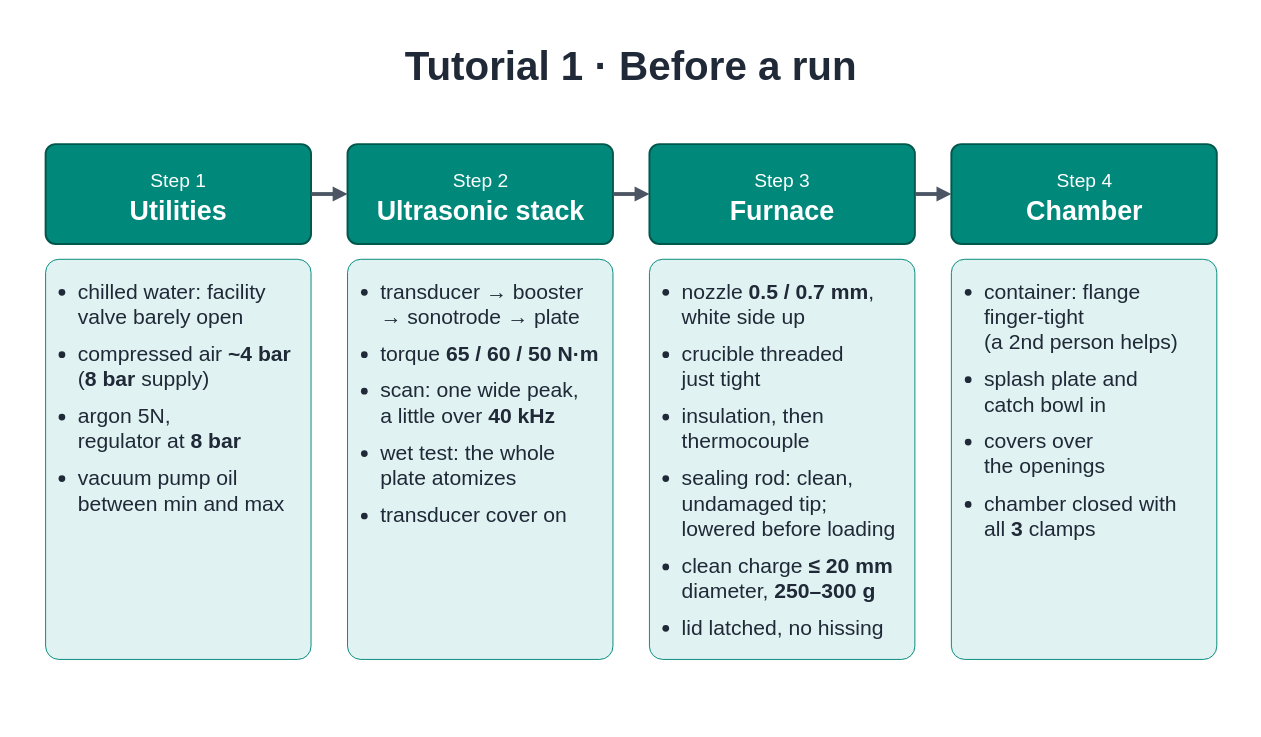
Before: atomizer-training/tutorials/diagrams/01-before.drawio in vertical-cloud-lab/byu-vcl, a draw.io diagram. Source tidied: cells renumbered, new cells numbered last; positions are measured from the earlier drawing's top-left corner, leaving out a move shared by most shapes. Both pictures are drawn from the tidied source at 96%, with x=0, y=0 at pixel (16, 16).
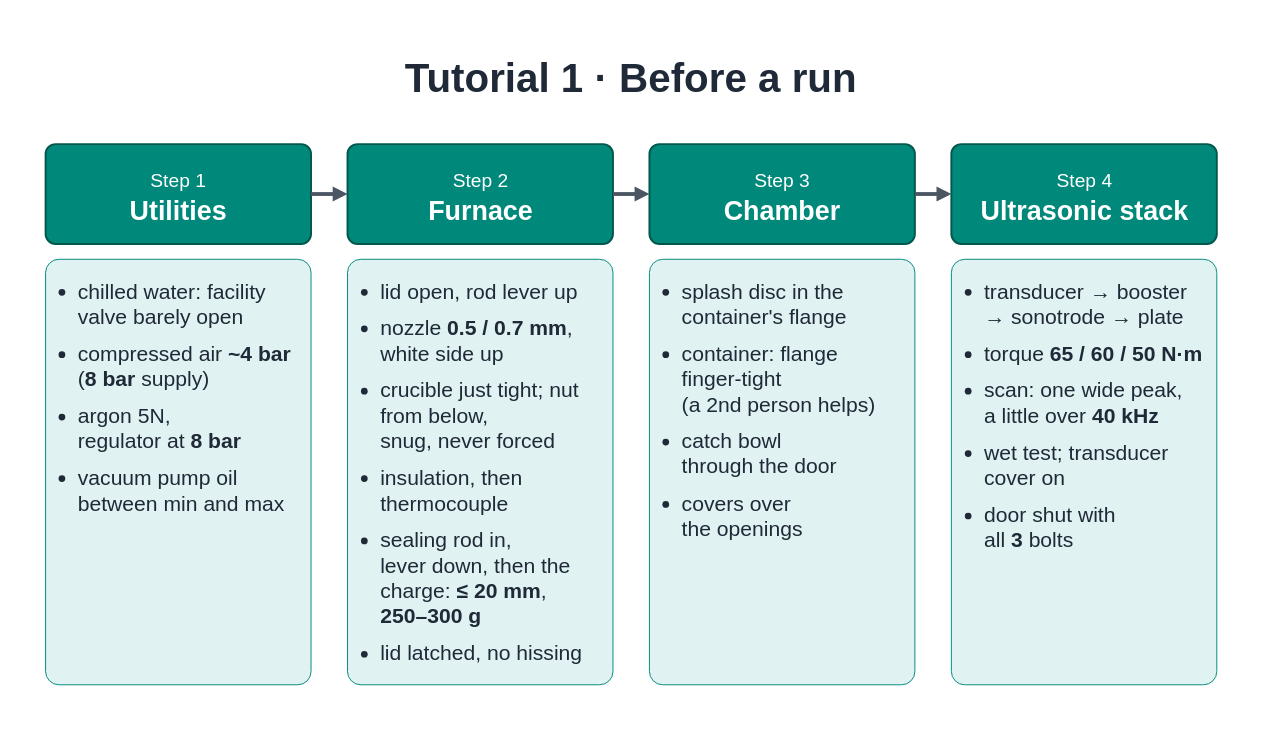
After the change.

What changed in the source:
```diff
@@
 <mxGraphModel background="#FFFFFF">
   <root>
     <mxCell id="0" />
     <mxCell id="1" parent="0" />
     <mxCell id="2" style="rounded=0;html=1;fillColor=#FFFFFF;strokeColor=none;" parent="1" vertex="1">
-      <mxGeometry width="1280" height="720" as="geometry" />
+      <mxGeometry y="13.2" width="1280" height="720" as="geometry" />
     </mxCell>
     <mxCell id="3" parent="0" />
     <mxCell id="4" value="Tutorial 1 · Before a run" style="text;html=1;whiteSpace=wrap;align=center;verticalAlign=middle;fontSize=42;fontStyle=1;fontColor=#1F2937;strokeColor=none;fillColor=none;" parent="3" vertex="1">
-      <mxGeometry x="40" y="22" width="1200" height="60" as="geometry" />
+      <mxGeometry x="40" y="35.2" width="1200" height="60" as="geometry" />
     </mxCell>
     <mxCell id="5" value="&lt;span style=&quot;font-size:20px;font-weight:normal&quot;&gt;Step 1&lt;/span&gt;&lt;br&gt;Utilities" style="rounded=1;arcSize=10;whiteSpace=wrap;html=1;fontSize=28;fontStyle=1;fillColor=#00897B;strokeColor=#00574B;strokeWidth=2;fontColor=#FFFFFF;spacing=6;" parent="3" vertex="1">
       <mxGeometry x="30" y="132.6" width="276.5" height="104" as="geometry" />
     </mxCell>
     <mxCell id="6" value="&lt;ul style=&quot;margin:0;padding-left:22px&quot;&gt;&lt;li style=&quot;margin-bottom:12px&quot;&gt;chilled water: facility valve &lt;span style=&quot;white-space:nowrap&quot;&gt;barely open&lt;/span&gt;&lt;/li&gt;&lt;li style=&quot;margin-bottom:12px&quot;&gt;compressed air &lt;b style=&quot;white-space:nowrap&quot;&gt;&lt;span style=&quot;white-space:nowrap&quot;&gt;~4 bar&lt;/span&gt;&lt;/b&gt; (&lt;b style=&quot;white-space:nowrap&quot;&gt;&lt;span style=&quot;white-space:nowrap&quot;&gt;8 bar&lt;/span&gt;&lt;/b&gt; supply)&lt;/li&gt;&lt;li style=&quot;margin-bottom:12px&quot;&gt;argon 5N, &lt;span style=&quot;white-space:nowrap&quot;&gt;regulator at &lt;/span&gt;&lt;b style=&quot;white-space:nowrap&quot;&gt;&lt;span style=&quot;white-space:nowrap&quot;&gt;8 bar&lt;/span&gt;&lt;/b&gt;&lt;/li&gt;&lt;li style=&quot;margin-bottom:0px&quot;&gt;vacuum pump oil between min and max&lt;/li&gt;&lt;/ul&gt;" style="rounded=1;arcSize=5;whiteSpace=wrap;html=1;fontSize=22;align=left;verticalAlign=top;spacingLeft=10;spacingRight=10;spacingTop=14;fillColor=#E0F2F1;strokeColor=#00897B;strokeWidth=1;fontColor=#1F2937;" parent="3" vertex="1">
-      <mxGeometry x="30" y="252.6" width="276.5" height="416.8" as="geometry" />
+      <mxGeometry x="30" y="252.6" width="276.5" height="443.2" as="geometry" />
     </mxCell>
-    <mxCell id="7" value="&lt;span style=&quot;font-size:20px;font-weight:normal&quot;&gt;Step 2&lt;/span&gt;&lt;br&gt;Ultrasonic stack" style="rounded=1;arcSize=10;whiteSpace=wrap;html=1;fontSize=28;fontStyle=1;fillColor=#00897B;strokeColor=#00574B;strokeWidth=2;fontColor=#FFFFFF;spacing=6;" parent="3" vertex="1">
+    <mxCell id="7" value="&lt;span style=&quot;font-size:20px;font-weight:normal&quot;&gt;Step 2&lt;/span&gt;&lt;br&gt;Furnace" style="rounded=1;arcSize=10;whiteSpace=wrap;html=1;fontSize=28;fontStyle=1;fillColor=#00897B;strokeColor=#00574B;strokeWidth=2;fontColor=#FFFFFF;spacing=6;" parent="3" vertex="1">
       <mxGeometry x="344.5" y="132.6" width="276.5" height="104" as="geometry" />
     </mxCell>
-    <mxCell id="8" value="&lt;ul style=&quot;margin:0;padding-left:22px&quot;&gt;&lt;li style=&quot;margin-bottom:12px&quot;&gt;transducer → booster → sonotrode → plate&lt;/li&gt;&lt;li style=&quot;margin-bottom:12px&quot;&gt;torque &lt;b style=&quot;white-space:nowrap&quot;&gt;&lt;span style=&quot;white-space:nowrap&quot;&gt;65 / 60 / 50 N·m&lt;/span&gt;&lt;/b&gt;&lt;/li&gt;&lt;li style=&quot;margin-bottom:12px&quot;&gt;scan: one wide peak, &lt;span style=&quot;white-space:nowrap&quot;&gt;a little over &lt;/span&gt;&lt;b style=&quot;white-space:nowrap&quot;&gt;&lt;span style=&quot;white-space:nowrap&quot;&gt;40 kHz&lt;/span&gt;&lt;/b&gt;&lt;/li&gt;&lt;li style=&quot;margin-bottom:12px&quot;&gt;wet test: the whole plate atomizes&lt;/li&gt;&lt;li style=&quot;margin-bottom:0px&quot;&gt;transducer cover on&lt;/li&gt;&lt;/ul&gt;" style="rounded=1;arcSize=5;whiteSpace=wrap;html=1;fontSize=22;align=left;verticalAlign=top;spacingLeft=10;spacingRight=10;spacingTop=14;fillColor=#E0F2F1;strokeColor=#00897B;strokeWidth=1;fontColor=#1F2937;" parent="3" vertex="1">
-      <mxGeometry x="344.5" y="252.6" width="276.5" height="416.8" as="geometry" />
+    <mxCell id="8" value="&lt;ul style=&quot;margin:0;padding-left:22px&quot;&gt;&lt;li style=&quot;margin-bottom:12px&quot;&gt;lid open, &lt;span style=&quot;white-space:nowrap&quot;&gt;rod lever up&lt;/span&gt;&lt;/li&gt;&lt;li style=&quot;margin-bottom:12px&quot;&gt;nozzle &lt;b style=&quot;white-space:nowrap&quot;&gt;&lt;span style=&quot;white-space:nowrap&quot;&gt;0.5 / 0.7 mm&lt;/span&gt;&lt;/b&gt;, white side up&lt;/li&gt;&lt;li style=&quot;margin-bottom:12px&quot;&gt;crucible &lt;span style=&quot;white-space:nowrap&quot;&gt;just tight&lt;/span&gt;; nut from below, &lt;span style=&quot;white-space:nowrap&quot;&gt;snug, never forced&lt;/span&gt;&lt;/li&gt;&lt;li style=&quot;margin-bottom:12px&quot;&gt;insulation, then thermocouple&lt;/li&gt;&lt;li style=&quot;margin-bottom:12px&quot;&gt;sealing rod in, &lt;span style=&quot;white-space:nowrap&quot;&gt;lever down&lt;/span&gt;, then the charge: &lt;b style=&quot;white-space:nowrap&quot;&gt;&lt;span style=&quot;white-space:nowrap&quot;&gt;≤ 20 mm&lt;/span&gt;&lt;/b&gt;, &lt;b style=&quot;white-space:nowrap&quot;&gt;&lt;span style=&quot;white-space:nowrap&quot;&gt;250–300 g&lt;/span&gt;&lt;/b&gt;&lt;/li&gt;&lt;li style=&quot;margin-bottom:0px&quot;&gt;lid latched, no hissing&lt;/li&gt;&lt;/ul&gt;" style="rounded=1;arcSize=5;whiteSpace=wrap;html=1;fontSize=22;align=left;verticalAlign=top;spacingLeft=10;spacingRight=10;spacingTop=14;fillColor=#E0F2F1;strokeColor=#00897B;strokeWidth=1;fontColor=#1F2937;" parent="3" vertex="1">
+      <mxGeometry x="344.5" y="252.6" width="276.5" height="443.2" as="geometry" />
     </mxCell>
-    <mxCell id="9" value="&lt;span style=&quot;font-size:20px;font-weight:normal&quot;&gt;Step 3&lt;/span&gt;&lt;br&gt;Furnace" style="rounded=1;arcSize=10;whiteSpace=wrap;html=1;fontSize=28;fontStyle=1;fillColor=#00897B;strokeColor=#00574B;strokeWidth=2;fontColor=#FFFFFF;spacing=6;" parent="3" vertex="1">
+    <mxCell id="9" value="&lt;span style=&quot;font-size:20px;font-weight:normal&quot;&gt;Step 3&lt;/span&gt;&lt;br&gt;Chamber" style="rounded=1;arcSize=10;whiteSpace=wrap;html=1;fontSize=28;fontStyle=1;fillColor=#00897B;strokeColor=#00574B;strokeWidth=2;fontColor=#FFFFFF;spacing=6;" parent="3" vertex="1">
       <mxGeometry x="659" y="132.6" width="276.5" height="104" as="geometry" />
     </mxCell>
-    <mxCell id="10" value="&lt;ul style=&quot;margin:0;padding-left:22px&quot;&gt;&lt;li style=&quot;margin-bottom:12px&quot;&gt;nozzle &lt;b style=&quot;white-space:nowrap&quot;&gt;&lt;span style=&quot;white-space:nowrap&quot;&gt;0.5 / 0.7 mm&lt;/span&gt;&lt;/b&gt;, white side up&lt;/li&gt;&lt;li style=&quot;margin-bottom:12px&quot;&gt;crucible threaded &lt;span style=&quot;white-space:nowrap&quot;&gt;just tight&lt;/span&gt;&lt;/li&gt;&lt;li style=&quot;margin-bottom:12px&quot;&gt;insulation, then thermocouple&lt;/li&gt;&lt;li style=&quot;margin-bottom:12px&quot;&gt;sealing rod: clean, undamaged tip; &lt;span style=&quot;white-space:nowrap&quot;&gt;lowered before loading&lt;/span&gt;&lt;/li&gt;&lt;li style=&quot;margin-bottom:12px&quot;&gt;clean charge &lt;b style=&quot;white-space:nowrap&quot;&gt;&lt;span style=&quot;white-space:nowrap&quot;&gt;≤ 20 mm&lt;/span&gt;&lt;/b&gt; diameter, &lt;b style=&quot;white-space:nowrap&quot;&gt;&lt;span style=&quot;white-space:nowrap&quot;&gt;250–300 g&lt;/span&gt;&lt;/b&gt;&lt;/li&gt;&lt;li style=&quot;margin-bottom:0px&quot;&gt;lid latched, no hissing&lt;/li&gt;&lt;/ul&gt;" style="rounded=1;arcSize=5;whiteSpace=wrap;html=1;fontSize=22;align=left;verticalAlign=top;spacingLeft=10;spacingRight=10;spacingTop=14;fillColor=#E0F2F1;strokeColor=#00897B;strokeWidth=1;fontColor=#1F2937;" parent="3" vertex="1">
-      <mxGeometry x="659" y="252.6" width="276.5" height="416.8" as="geometry" />
+    <mxCell id="10" value="&lt;ul style=&quot;margin:0;padding-left:22px&quot;&gt;&lt;li style=&quot;margin-bottom:12px&quot;&gt;splash disc in the &lt;span style=&quot;white-space:nowrap&quot;&gt;container's flange&lt;/span&gt;&lt;/li&gt;&lt;li style=&quot;margin-bottom:12px&quot;&gt;container: flange &lt;span style=&quot;white-space:nowrap&quot;&gt;finger-tight&lt;/span&gt; &lt;span style=&quot;white-space:nowrap&quot;&gt;(a 2nd person helps)&lt;/span&gt;&lt;/li&gt;&lt;li style=&quot;margin-bottom:12px&quot;&gt;catch bowl &lt;span style=&quot;white-space:nowrap&quot;&gt;through the door&lt;/span&gt;&lt;/li&gt;&lt;li style=&quot;margin-bottom:0px&quot;&gt;covers over &lt;span style=&quot;white-space:nowrap&quot;&gt;the openings&lt;/span&gt;&lt;/li&gt;&lt;/ul&gt;" style="rounded=1;arcSize=5;whiteSpace=wrap;html=1;fontSize=22;align=left;verticalAlign=top;spacingLeft=10;spacingRight=10;spacingTop=14;fillColor=#E0F2F1;strokeColor=#00897B;strokeWidth=1;fontColor=#1F2937;" parent="3" vertex="1">
+      <mxGeometry x="659" y="252.6" width="276.5" height="443.2" as="geometry" />
     </mxCell>
-    <mxCell id="11" value="&lt;span style=&quot;font-size:20px;font-weight:normal&quot;&gt;Step 4&lt;/span&gt;&lt;br&gt;Chamber" style="rounded=1;arcSize=10;whiteSpace=wrap;html=1;fontSize=28;fontStyle=1;fillColor=#00897B;strokeColor=#00574B;strokeWidth=2;fontColor=#FFFFFF;spacing=6;" parent="3" vertex="1">
+    <mxCell id="11" value="&lt;span style=&quot;font-size:20px;font-weight:normal&quot;&gt;Step 4&lt;/span&gt;&lt;br&gt;Ultrasonic stack" style="rounded=1;arcSize=10;whiteSpace=wrap;html=1;fontSize=28;fontStyle=1;fillColor=#00897B;strokeColor=#00574B;strokeWidth=2;fontColor=#FFFFFF;spacing=6;" parent="3" vertex="1">
       <mxGeometry x="973.5" y="132.6" width="276.5" height="104" as="geometry" />
     </mxCell>
-    <mxCell id="12" value="&lt;ul style=&quot;margin:0;padding-left:22px&quot;&gt;&lt;li style=&quot;margin-bottom:12px&quot;&gt;container: flange &lt;span style=&quot;white-space:nowrap&quot;&gt;finger-tight&lt;/span&gt; &lt;span style=&quot;white-space:nowrap&quot;&gt;(a 2nd person helps)&lt;/span&gt;&lt;/li&gt;&lt;li style=&quot;margin-bottom:12px&quot;&gt;splash plate and &lt;span style=&quot;white-space:nowrap&quot;&gt;catch bowl in&lt;/span&gt;&lt;/li&gt;&lt;li style=&quot;margin-bottom:12px&quot;&gt;covers over &lt;span style=&quot;white-space:nowrap&quot;&gt;the openings&lt;/span&gt;&lt;/li&gt;&lt;li style=&quot;margin-bottom:0px&quot;&gt;chamber closed with &lt;span style=&quot;white-space:nowrap&quot;&gt;all &lt;/span&gt;&lt;b style=&quot;white-space:nowrap&quot;&gt;&lt;span style=&quot;white-space:nowrap&quot;&gt;3&lt;/span&gt;&lt;/b&gt;&lt;span style=&quot;white-space:nowrap&quot;&gt; clamps&lt;/span&gt;&lt;/li&gt;&lt;/ul&gt;" style="rounded=1;arcSize=5;whiteSpace=wrap;html=1;fontSize=22;align=left;verticalAlign=top;spacingLeft=10;spacingRight=10;spacingTop=14;fillColor=#E0F2F1;strokeColor=#00897B;strokeWidth=1;fontColor=#1F2937;" parent="3" vertex="1">
-      <mxGeometry x="973.5" y="252.6" width="276.5" height="416.8" as="geometry" />
+    <mxCell id="12" value="&lt;ul style=&quot;margin:0;padding-left:22px&quot;&gt;&lt;li style=&quot;margin-bottom:12px&quot;&gt;transducer → booster → sonotrode → plate&lt;/li&gt;&lt;li style=&quot;margin-bottom:12px&quot;&gt;torque &lt;b style=&quot;white-space:nowrap&quot;&gt;&lt;span style=&quot;white-space:nowrap&quot;&gt;65 / 60 / 50 N·m&lt;/span&gt;&lt;/b&gt;&lt;/li&gt;&lt;li style=&quot;margin-bottom:12px&quot;&gt;scan: one wide peak, &lt;span style=&quot;white-space:nowrap&quot;&gt;a little over &lt;/span&gt;&lt;b style=&quot;white-space:nowrap&quot;&gt;&lt;span style=&quot;white-space:nowrap&quot;&gt;40 kHz&lt;/span&gt;&lt;/b&gt;&lt;/li&gt;&lt;li style=&quot;margin-bottom:12px&quot;&gt;wet test; transducer cover on&lt;/li&gt;&lt;li style=&quot;margin-bottom:0px&quot;&gt;door shut with &lt;span style=&quot;white-space:nowrap&quot;&gt;all &lt;/span&gt;&lt;b style=&quot;white-space:nowrap&quot;&gt;&lt;span style=&quot;white-space:nowrap&quot;&gt;3&lt;/span&gt;&lt;/b&gt;&lt;span style=&quot;white-space:nowrap&quot;&gt; bolts&lt;/span&gt;&lt;/li&gt;&lt;/ul&gt;" style="rounded=1;arcSize=5;whiteSpace=wrap;html=1;fontSize=22;align=left;verticalAlign=top;spacingLeft=10;spacingRight=10;spacingTop=14;fillColor=#E0F2F1;strokeColor=#00897B;strokeWidth=1;fontColor=#1F2937;" parent="3" vertex="1">
+      <mxGeometry x="973.5" y="252.6" width="276.5" height="443.2" as="geometry" />
     </mxCell>
     <mxCell id="13" style="edgeStyle=none;html=1;endArrow=block;endFill=1;endSize=5;strokeWidth=4;strokeColor=#4B5563;exitX=1;exitY=0.5;exitDx=0;exitDy=0;entryX=0;entryY=0.5;entryDx=0;entryDy=0;" parent="3" edge="1" source="5" target="7">
       <mxGeometry relative="1" as="geometry" />
     </mxCell>
     <mxCell id="14" style="edgeStyle=none;html=1;endArrow=block;endFill=1;endSize=5;strokeWidth=4;strokeColor=#4B5563;exitX=1;exitY=0.5;exitDx=0;exitDy=0;entryX=0;entryY=0.5;entryDx=0;entryDy=0;" parent="3" edge="1" source="7" target="9">
       <mxGeometry relative="1" as="geometry" />
     </mxCell>
     <mxCell id="15" style="edgeStyle=none;html=1;endArrow=block;endFill=1;endSize=5;strokeWidth=4;strokeColor=#4B5563;exitX=1;exitY=0.5;exitDx=0;exitDy=0;entryX=0;entryY=0.5;entryDx=0;entryDy=0;" parent="3" edge="1" source="9" target="11">
       <mxGeometry relative="1" as="geometry" />
     </mxCell>
   </root>
 </mxGraphModel>
```
